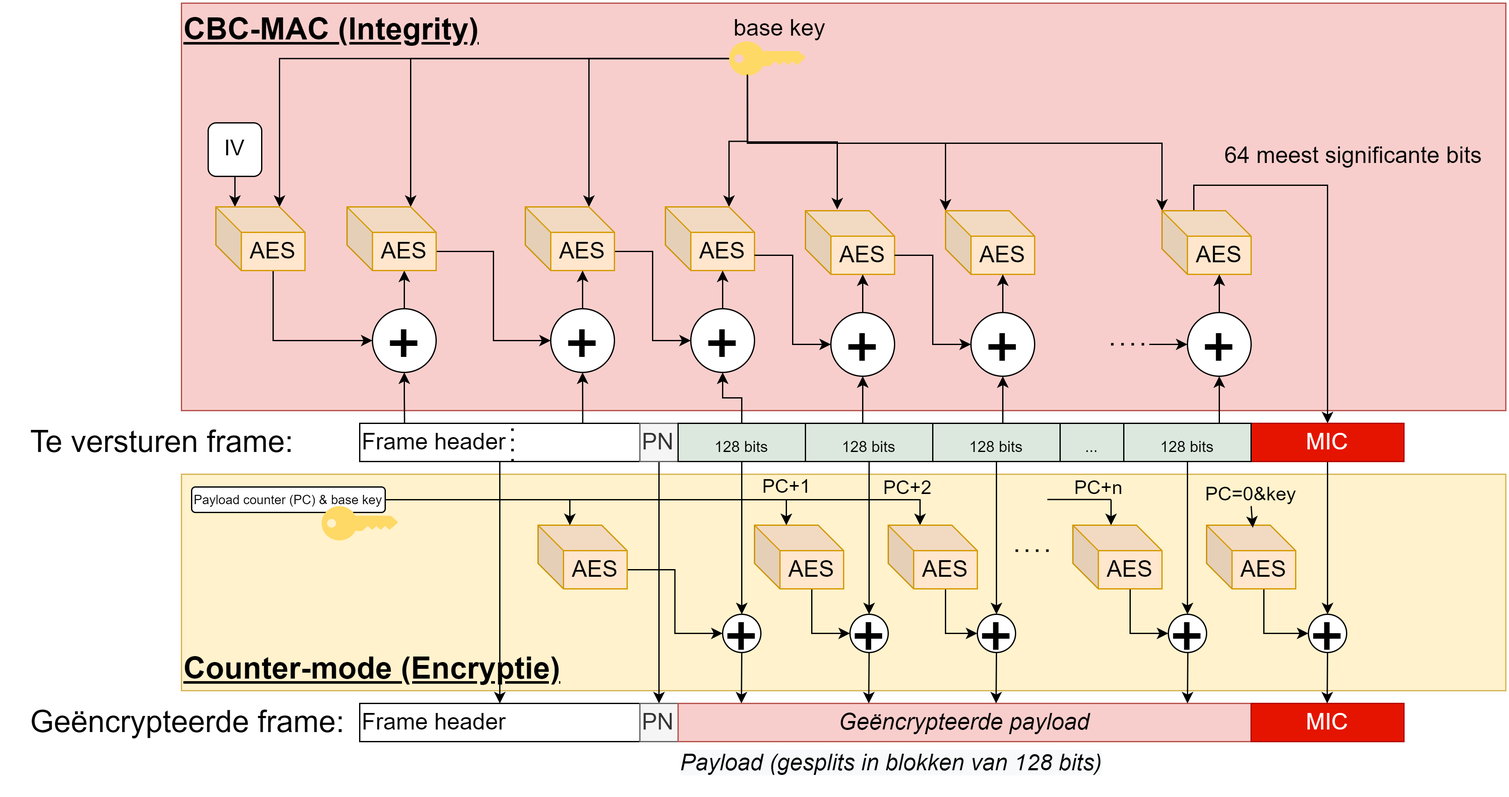
The draw.io diagram Manuscript/assets/wifi/ccmp.png in timdams/cyberboswachters_boek, before a commit. Source tidied: cells renumbered, new cells last; positions are measured from the earlier drawing's top-left corner, leaving out a move shared by most shapes.
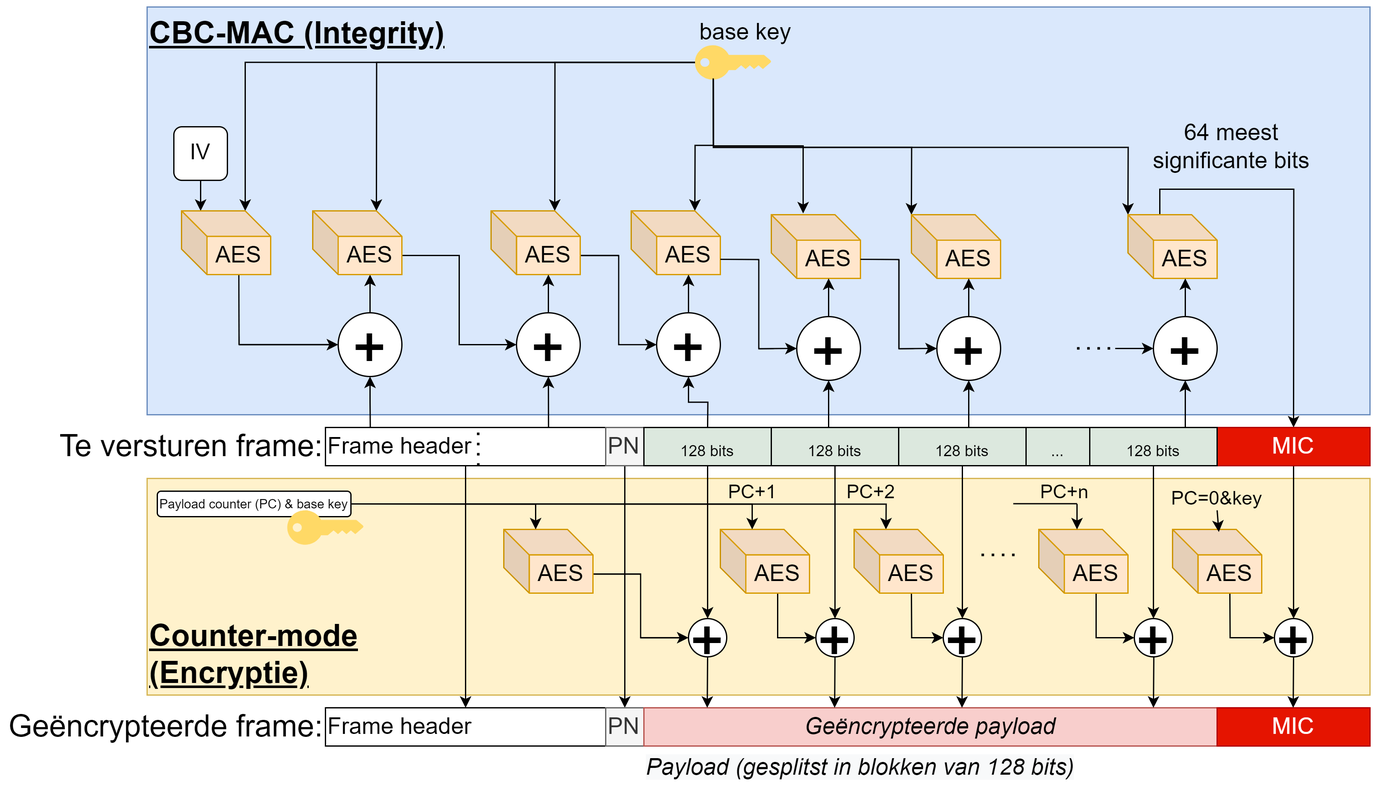
Later version of the same file.

Diff of the diagram source:
```diff
@@ -2,11 +2,11 @@
   <root>
     <mxCell id="0" />
     <mxCell id="1" parent="0" />
-    <mxCell id="2" value="Counter-mode (Encryptie)" style="rounded=0;whiteSpace=wrap;html=1;strokeWidth=1;fillColor=#fff2cc;fontSize=24;align=left;strokeColor=#d6b656;verticalAlign=bottom;fontStyle=5;" parent="1" vertex="1">
-      <mxGeometry x="140" y="370" width="1040" height="170" as="geometry" />
+    <mxCell id="2" value="Counter-mode &lt;br&gt;(Encryptie)" style="rounded=0;whiteSpace=wrap;html=1;strokeWidth=1;fillColor=#fff2cc;fontSize=24;align=left;strokeColor=#d6b656;verticalAlign=bottom;fontStyle=5;" parent="1" vertex="1">
+      <mxGeometry x="140" y="370" width="960" height="170" as="geometry" />
     </mxCell>
-    <mxCell id="3" value="CBC-MAC (Integrity)" style="rounded=0;whiteSpace=wrap;html=1;strokeWidth=1;fillColor=#f8cecc;fontSize=24;align=left;strokeColor=#b85450;verticalAlign=top;fontStyle=5;" parent="1" vertex="1">
-      <mxGeometry x="140" width="1040" height="320" as="geometry" />
+    <mxCell id="3" value="CBC-MAC (Integrity)" style="rounded=0;whiteSpace=wrap;html=1;strokeWidth=1;fillColor=#dae8fc;fontSize=24;align=left;strokeColor=#6c8ebf;verticalAlign=top;fontStyle=5;" parent="1" vertex="1">
+      <mxGeometry x="140" width="960" height="320" as="geometry" />
     </mxCell>
     <mxCell id="4" style="edgeStyle=orthogonalEdgeStyle;rounded=0;jettySize=auto;html=1;exitX=0.5;exitY=1;exitDx=0;exitDy=0;labelBackgroundColor=none;startArrow=none;startFill=0;endArrow=classic;endFill=1;fontSize=25;" parent="1" edge="1" source="5">
       <mxGeometry relative="1" as="geometry">
@@ -142,10 +142,8 @@
     <mxCell id="42" style="edgeStyle=orthogonalEdgeStyle;rounded=0;jettySize=auto;html=1;exitX=0;exitY=0;exitDx=0;exitDy=0;exitPerimeter=0;entryX=0.24;entryY=1;entryDx=0;entryDy=0;entryPerimeter=0;labelBackgroundColor=none;startArrow=classic;startFill=1;endArrow=none;endFill=0;fontSize=18;" parent="1" edge="1" source="44" target="8">
       <mxGeometry relative="1" as="geometry" />
     </mxCell>
-    <mxCell id="43" value="64 meest significante bits" style="edgeStyle=orthogonalEdgeStyle;rounded=0;jettySize=auto;html=1;exitX=0;exitY=0;exitDx=25;exitDy=0;exitPerimeter=0;entryX=0.5;entryY=0;entryDx=0;entryDy=0;labelBackgroundColor=none;startArrow=none;startFill=0;endArrow=classic;endFill=1;fontSize=18;" parent="1" edge="1" source="44" target="51">
-      <mxGeometry x="-0.2" y="30" relative="1" as="geometry">
-        <mxPoint x="-10" y="-23" as="offset" />
-      </mxGeometry>
+    <mxCell id="43" value="64 meest &lt;br&gt;significante bits" style="edgeStyle=orthogonalEdgeStyle;rounded=0;jettySize=auto;html=1;exitX=0;exitY=0;exitDx=25;exitDy=0;exitPerimeter=0;entryX=0.5;entryY=0;entryDx=0;entryDy=0;labelBackgroundColor=none;startArrow=none;startFill=0;endArrow=classic;endFill=1;fontSize=18;" parent="1" edge="1" source="44" target="51">
+      <mxGeometry x="-0.52" y="33" relative="1" as="geometry" />
     </mxCell>
     <mxCell id="44" value="AES" style="shape=cube;whiteSpace=wrap;html=1;boundedLbl=1;backgroundOutline=1;darkOpacity=0.05;darkOpacity2=0.1;rounded=1;strokeColor=#d79b00;fillColor=#ffe6cc;fontSize=18;align=center;" parent="1" vertex="1">
       <mxGeometry x="910" y="163" width="70" height="50" as="geometry" />
@@ -182,7 +180,7 @@
       <mxGeometry x="550" y="10" width="120" height="20" as="geometry" />
     </mxCell>
     <mxCell id="53" value="Te versturen frame:" style="text;html=1;strokeColor=none;fillColor=none;align=center;verticalAlign=middle;whiteSpace=wrap;rounded=0;fontSize=24;" parent="1" vertex="1">
-      <mxGeometry y="335" width="250" height="20" as="geometry" />
+      <mxGeometry x="50" y="335" width="250" height="20" as="geometry" />
     </mxCell>
     <mxCell id="54" value="Frame header" style="rounded=0;whiteSpace=wrap;html=1;strokeWidth=1;fontSize=18;align=left;" parent="1" vertex="1">
       <mxGeometry x="280" y="550" width="220" height="30" as="geometry" />
@@ -193,7 +191,7 @@
     <mxCell id="56" value="Geëncrypteerde payload" style="rounded=0;whiteSpace=wrap;html=1;strokeWidth=1;fillColor=#f8cecc;fontSize=18;align=center;fontStyle=2;strokeColor=#b85450;" parent="1" vertex="1">
       <mxGeometry x="530" y="550" width="450" height="30" as="geometry" />
     </mxCell>
-    <mxCell id="57" value="&lt;span style=&quot;color: rgb(0, 0, 0); font-family: helvetica; font-size: 18px; font-style: italic; font-weight: 400; letter-spacing: normal; text-align: center; text-indent: 0px; text-transform: none; word-spacing: 0px; background-color: rgb(248, 249, 250); display: inline; float: none;&quot;&gt;Payload (gesplits in blokken van 128 bits)&lt;/span&gt;" style="text;whiteSpace=wrap;html=1;fontSize=18;" parent="1" vertex="1">
+    <mxCell id="57" value="&lt;span style=&quot;color: rgb(0, 0, 0); font-family: helvetica; font-size: 18px; font-style: italic; font-weight: 400; letter-spacing: normal; text-align: center; text-indent: 0px; text-transform: none; word-spacing: 0px; background-color: rgb(248, 249, 250); display: inline; float: none;&quot;&gt;Payload (gesplitst in blokken van 128 bits)&lt;/span&gt;" style="text;whiteSpace=wrap;html=1;fontSize=18;" parent="1" vertex="1">
       <mxGeometry x="530" y="580" width="360" height="40" as="geometry" />
     </mxCell>
     <mxCell id="58" value="MIC" style="rounded=0;whiteSpace=wrap;html=1;strokeWidth=1;fillColor=#e51400;fontSize=18;align=center;strokeColor=#B20000;fontColor=#ffffff;" parent="1" vertex="1">
@@ -301,7 +299,7 @@
       </mxGeometry>
     </mxCell>
     <mxCell id="89" value="Geëncrypteerde frame:" style="text;html=1;strokeColor=none;fillColor=none;align=center;verticalAlign=middle;whiteSpace=wrap;rounded=0;fontSize=24;" parent="1" vertex="1">
-      <mxGeometry x="20" y="555" width="250" height="20" as="geometry" />
+      <mxGeometry x="30" y="555" width="250" height="20" as="geometry" />
     </mxCell>
     <mxCell id="90" style="edgeStyle=orthogonalEdgeStyle;rounded=0;jettySize=auto;html=1;exitX=0;exitY=0;exitDx=45;exitDy=50;exitPerimeter=0;entryX=0;entryY=0.5;entryDx=0;entryDy=0;labelBackgroundColor=none;startArrow=none;startFill=0;endArrow=classic;endFill=1;fontSize=15;" parent="1" edge="1" source="91" target="92">
       <mxGeometry relative="1" as="geometry" />
```
